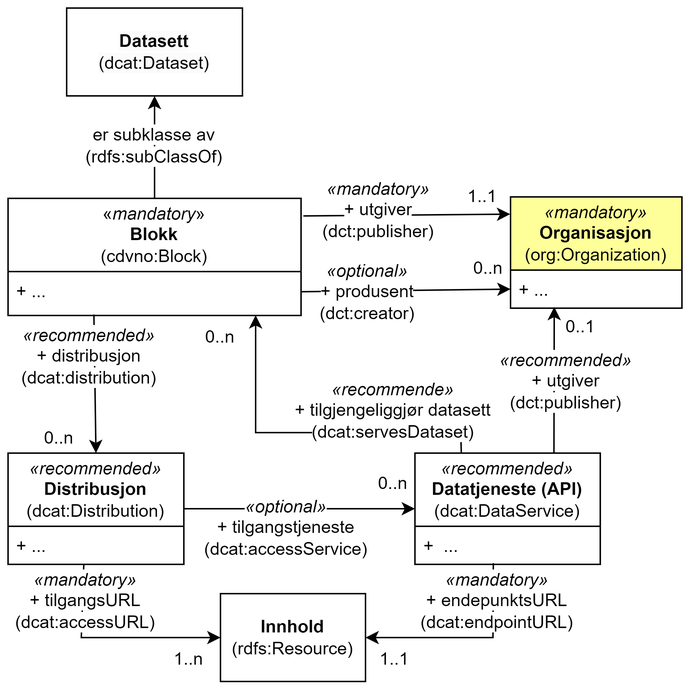
This is cdvno/images/cdvno-classes-only.png from jimjyang/playground, a draw.io export, as it was before one commit. Source tidied: cells renumbered, new cells last; positions are measured from the earlier drawing's top-left corner, leaving out a move shared by most shapes. Source of this version:
```xml
<mxGraphModel>
  <root>
    <mxCell id="0" />
    <mxCell id="1" parent="0" />
    <mxCell id="2" value="&lt;i&gt;«mandatory»&lt;/i&gt;&lt;br&gt;&lt;b&gt;Organisasjon&lt;br&gt;&lt;/b&gt;(org:Organization)" style="swimlane;fontStyle=0;horizontal=1;startSize=50;fillColor=#FFFF99;whiteSpace=wrap;html=1;" parent="1" vertex="1">
      <mxGeometry x="343" y="129" width="117" height="76" as="geometry" />
    </mxCell>
    <mxCell id="3" value="+ ..." style="text;strokeColor=none;fillColor=none;align=left;verticalAlign=top;spacingLeft=4;spacingRight=4;overflow=hidden;points=[[0,0.5],[1,0.5]];portConstraint=eastwest;whiteSpace=wrap;html=1;" parent="2" vertex="1">
      <mxGeometry y="50" width="117" height="26" as="geometry" />
    </mxCell>
    <mxCell id="4" style="endArrow=classic;html=1;rounded=0;entryX=-0.002;entryY=0.155;entryDx=0;entryDy=0;entryPerimeter=0;exitX=1.008;exitY=0.15;exitDx=0;exitDy=0;exitPerimeter=0;" parent="1" edge="1" source="31" target="2">
      <mxGeometry relative="1" as="geometry" />
    </mxCell>
    <mxCell id="5" value="1..1" style="text;html=1;strokeColor=none;fillColor=none;align=center;verticalAlign=middle;whiteSpace=wrap;rounded=0;" parent="1" vertex="1">
      <mxGeometry x="309" y="114" width="30" height="30" as="geometry" />
    </mxCell>
    <mxCell id="6" value="&lt;span style=&quot;background-color: rgb(255, 255, 255);&quot;&gt;&lt;i style=&quot;&quot;&gt;&lt;span style=&quot;color: rgb(0, 0, 0); font-family: Helvetica; font-size: 12px; font-variant-ligatures: normal; font-variant-caps: normal; font-weight: 400; letter-spacing: normal; orphans: 2; text-align: left; text-indent: 0px; text-transform: none; widows: 2; word-spacing: 0px; -webkit-text-stroke-width: 0px; text-decoration-thickness: initial; text-decoration-style: initial; text-decoration-color: initial; float: none; display: inline !important;&quot;&gt;«mandatory»&lt;/span&gt;&lt;br&gt;&lt;/i&gt;+ utgiver&lt;br&gt;(dct:publisher)&lt;/span&gt;" style="text;html=1;strokeColor=none;fillColor=none;align=center;verticalAlign=middle;whiteSpace=wrap;rounded=0;" parent="1" vertex="1">
      <mxGeometry x="200" y="113" width="106" height="50" as="geometry" />
    </mxCell>
    <mxCell id="7" style="endArrow=classic;html=1;rounded=0;entryX=0;entryY=0.5;entryDx=0;entryDy=0;" parent="1" edge="1" source="32" target="3">
      <mxGeometry relative="1" as="geometry" />
    </mxCell>
    <mxCell id="8" value="&lt;span style=&quot;background-color: rgb(255, 255, 255);&quot;&gt;&lt;span style=&quot;color: rgb(0, 0, 0); font-family: Helvetica; font-size: 12px; font-variant-ligatures: normal; font-variant-caps: normal; font-weight: 400; letter-spacing: normal; orphans: 2; text-align: left; text-indent: 0px; text-transform: none; widows: 2; word-spacing: 0px; -webkit-text-stroke-width: 0px; text-decoration-thickness: initial; text-decoration-style: initial; text-decoration-color: initial; float: none; display: inline !important;&quot;&gt;&lt;i&gt;«optional»&lt;/i&gt;&lt;/span&gt;&lt;br&gt;+ produsent&lt;br&gt;(dct:creator)&lt;/span&gt;" style="text;html=1;strokeColor=none;fillColor=none;align=center;verticalAlign=middle;whiteSpace=wrap;rounded=0;" parent="1" vertex="1">
      <mxGeometry x="205" y="169" width="81" height="50" as="geometry" />
    </mxCell>
    <mxCell id="9" value="0..n" style="text;html=1;strokeColor=none;fillColor=none;align=center;verticalAlign=middle;whiteSpace=wrap;rounded=0;" parent="1" vertex="1">
      <mxGeometry x="313" y="163" width="30" height="30" as="geometry" />
    </mxCell>
    <mxCell id="10" style="endArrow=classic;html=1;rounded=0;entryX=0.5;entryY=0;entryDx=0;entryDy=0;exitX=0.293;exitY=0.979;exitDx=0;exitDy=0;exitPerimeter=0;" parent="1" edge="1" source="32" target="11">
      <mxGeometry relative="1" as="geometry" />
    </mxCell>
    <mxCell id="11" value="&lt;i style=&quot;border-color: var(--border-color);&quot;&gt;«recommended»&lt;/i&gt;&lt;br style=&quot;border-color: var(--border-color);&quot;&gt;&lt;b style=&quot;border-color: var(--border-color);&quot;&gt;Distribusjon&lt;br style=&quot;border-color: var(--border-color);&quot;&gt;&lt;/b&gt;(dcat:Distribution)" style="swimlane;fontStyle=0;horizontal=1;startSize=50;fillColor=none;whiteSpace=wrap;html=1;" parent="1" vertex="1">
      <mxGeometry y="304" width="120" height="76" as="geometry" />
    </mxCell>
    <mxCell id="12" value="+ ..." style="text;strokeColor=none;fillColor=none;align=left;verticalAlign=top;spacingLeft=4;spacingRight=4;overflow=hidden;points=[[0,0.5],[1,0.5]];portConstraint=eastwest;whiteSpace=wrap;html=1;" parent="11" vertex="1">
      <mxGeometry y="50" width="120" height="26" as="geometry" />
    </mxCell>
    <mxCell id="13" value="&lt;i style=&quot;border-color: var(--border-color);&quot;&gt;«recommended»&lt;/i&gt;&lt;br style=&quot;border-color: var(--border-color);&quot;&gt;&lt;b style=&quot;border-color: var(--border-color);&quot;&gt;Datatjeneste (API)&lt;br style=&quot;border-color: var(--border-color);&quot;&gt;&lt;/b&gt;(dcat:DataService)" style="swimlane;fontStyle=0;horizontal=1;startSize=50;fillColor=none;whiteSpace=wrap;html=1;" parent="1" vertex="1">
      <mxGeometry x="277.8" y="304" width="126.5" height="76" as="geometry" />
    </mxCell>
    <mxCell id="14" value="+&amp;nbsp; ..." style="text;strokeColor=none;fillColor=none;align=left;verticalAlign=top;spacingLeft=4;spacingRight=4;overflow=hidden;points=[[0,0.5],[1,0.5]];portConstraint=eastwest;whiteSpace=wrap;html=1;" parent="13" vertex="1">
      <mxGeometry y="50" width="126.5" height="26" as="geometry" />
    </mxCell>
    <mxCell id="15" value="&lt;span style=&quot;background-color: rgb(255, 255, 255);&quot;&gt;&lt;i style=&quot;border-color: var(--border-color);&quot;&gt;«recommended»&lt;br&gt;&lt;/i&gt;+ distribusjon&lt;br&gt;(dcat:distribution)&lt;/span&gt;" style="text;html=1;strokeColor=none;fillColor=none;align=center;verticalAlign=middle;whiteSpace=wrap;rounded=0;" parent="1" vertex="1">
      <mxGeometry x="18" y="223" width="75" height="30" as="geometry" />
    </mxCell>
    <mxCell id="16" value="0..n" style="text;html=1;strokeColor=none;fillColor=none;align=center;verticalAlign=middle;whiteSpace=wrap;rounded=0;" parent="1" vertex="1">
      <mxGeometry x="130" y="210" width="30" height="30" as="geometry" />
    </mxCell>
    <mxCell id="17" style="endArrow=classic;html=1;rounded=0;" parent="1" edge="1" source="31">
      <mxGeometry relative="1" as="geometry">
        <mxPoint x="100" y="60" as="targetPoint" />
      </mxGeometry>
    </mxCell>
    <mxCell id="18" value="&lt;div style=&quot;&quot;&gt;&lt;span style=&quot;background-color: rgb(255, 255, 255);&quot;&gt;er subklasse av&lt;/span&gt;&lt;/div&gt;&lt;span style=&quot;background-color: rgb(255, 255, 255);&quot;&gt;(rdfs:subClassOf)&lt;/span&gt;" style="text;html=1;strokeColor=none;fillColor=none;align=center;verticalAlign=middle;whiteSpace=wrap;rounded=0;" parent="1" vertex="1">
      <mxGeometry x="47" y="69" width="106" height="50" as="geometry" />
    </mxCell>
    <mxCell id="19" style="endArrow=classic;html=1;rounded=0;entryX=0;entryY=0.5;entryDx=0;entryDy=0;exitX=0.431;exitY=1;exitDx=0;exitDy=0;exitPerimeter=0;" parent="1" edge="1" source="12" target="37">
      <mxGeometry relative="1" as="geometry">
        <Array as="points">
          <mxPoint x="50" y="430" />
        </Array>
      </mxGeometry>
    </mxCell>
    <mxCell id="20" value="1..1" style="text;html=1;strokeColor=none;fillColor=none;align=center;verticalAlign=middle;whiteSpace=wrap;rounded=0;" parent="1" vertex="1">
      <mxGeometry x="233.8" y="430" width="60" height="30" as="geometry" />
    </mxCell>
    <mxCell id="21" value="&lt;span style=&quot;background-color: rgb(255, 255, 255);&quot;&gt;&lt;i style=&quot;border-color: var(--border-color);&quot;&gt;«mandatory»&lt;br&gt;&lt;/i&gt;+ tilgangsURL&lt;br&gt;(dcat:accessURL)&lt;/span&gt;" style="text;html=1;strokeColor=none;fillColor=none;align=center;verticalAlign=middle;whiteSpace=wrap;rounded=0;" parent="1" vertex="1">
      <mxGeometry x="23" y="390" width="60" height="30" as="geometry" />
    </mxCell>
    <mxCell id="22" style="endArrow=classic;html=1;rounded=0;exitX=0.25;exitY=0;exitDx=0;exitDy=0;entryX=0.845;entryY=0.995;entryDx=0;entryDy=0;entryPerimeter=0;" parent="1" edge="1" source="13" target="32">
      <mxGeometry relative="1" as="geometry">
        <Array as="points">
          <mxPoint x="309" y="290" />
          <mxPoint x="169" y="290" />
        </Array>
      </mxGeometry>
    </mxCell>
    <mxCell id="23" value="&lt;span style=&quot;background-color: rgb(255, 255, 255);&quot;&gt;&lt;i style=&quot;border-color: var(--border-color);&quot;&gt;«recommende»&lt;br&gt;&lt;/i&gt;+ tilgjengeliggjør datasett&lt;br&gt;(dcat:servesDataset)&lt;/span&gt;" style="text;html=1;strokeColor=none;fillColor=none;align=center;verticalAlign=middle;whiteSpace=wrap;rounded=0;" parent="1" vertex="1">
      <mxGeometry x="191" y="260" width="143.5" height="30" as="geometry" />
    </mxCell>
    <mxCell id="24" value="0..n" style="text;html=1;strokeColor=none;fillColor=none;align=center;verticalAlign=middle;whiteSpace=wrap;rounded=0;" parent="1" vertex="1">
      <mxGeometry x="20" y="279" width="30" height="30" as="geometry" />
    </mxCell>
    <mxCell id="25" style="endArrow=classic;html=1;rounded=0;exitX=1;exitY=0.5;exitDx=0;exitDy=0;entryX=0;entryY=0.5;entryDx=0;entryDy=0;" parent="1" edge="1" source="11" target="13">
      <mxGeometry relative="1" as="geometry" />
    </mxCell>
    <mxCell id="26" value="&lt;span style=&quot;background-color: rgb(255, 255, 255);&quot;&gt;&lt;i style=&quot;border-color: var(--border-color);&quot;&gt;«optional»&lt;br&gt;&lt;/i&gt;+ tilgangstjeneste&lt;br&gt;(dcat:accessService)&lt;/span&gt;" style="text;html=1;strokeColor=none;fillColor=none;align=center;verticalAlign=middle;whiteSpace=wrap;rounded=0;" parent="1" vertex="1">
      <mxGeometry x="160" y="340" width="60" height="30" as="geometry" />
    </mxCell>
    <mxCell id="27" value="0..n" style="text;html=1;strokeColor=none;fillColor=none;align=center;verticalAlign=middle;whiteSpace=wrap;rounded=0;" parent="1" vertex="1">
      <mxGeometry x="247.8" y="310" width="30" height="30" as="geometry" />
    </mxCell>
    <mxCell id="28" style="endArrow=classic;html=1;rounded=0;exitX=0.423;exitY=0.97;exitDx=0;exitDy=0;exitPerimeter=0;entryX=1;entryY=0.5;entryDx=0;entryDy=0;" parent="1" edge="1" source="14" target="37">
      <mxGeometry relative="1" as="geometry">
        <Array as="points">
          <mxPoint x="331" y="430" />
        </Array>
      </mxGeometry>
    </mxCell>
    <mxCell id="29" value="&lt;span style=&quot;background-color: rgb(255, 255, 255);&quot;&gt;&lt;i style=&quot;border-color: var(--border-color);&quot;&gt;«mandatory»&lt;br&gt;&lt;/i&gt;+ endepunktsURL&lt;br&gt;(dcat:endpointURL)&lt;/span&gt;" style="text;html=1;strokeColor=none;fillColor=none;align=center;verticalAlign=middle;whiteSpace=wrap;rounded=0;" parent="1" vertex="1">
      <mxGeometry x="304" y="390" width="60" height="30" as="geometry" />
    </mxCell>
    <mxCell id="30" value="1..n" style="text;html=1;strokeColor=none;fillColor=none;align=center;verticalAlign=middle;whiteSpace=wrap;rounded=0;" parent="1" vertex="1">
      <mxGeometry x="106" y="430" width="35" height="30" as="geometry" />
    </mxCell>
    <mxCell id="31" value="«&lt;i&gt;mandatory&lt;/i&gt;»&lt;br&gt;&lt;b&gt;Blokk&lt;br&gt;&lt;/b&gt;(cdvno:Block)" style="swimlane;fontStyle=0;horizontal=1;startSize=50;fillColor=none;whiteSpace=wrap;html=1;" parent="1" vertex="1">
      <mxGeometry y="130" width="200" height="80" as="geometry" />
    </mxCell>
    <mxCell id="32" value="+ ..." style="text;strokeColor=none;fillColor=none;align=left;verticalAlign=top;spacingLeft=4;spacingRight=4;overflow=hidden;points=[[0,0.5],[1,0.5]];portConstraint=eastwest;whiteSpace=wrap;html=1;" parent="31" vertex="1">
      <mxGeometry y="50" width="200" height="30" as="geometry" />
    </mxCell>
    <mxCell id="33" style="endArrow=classic;html=1;rounded=0;entryX=0.255;entryY=0.967;entryDx=0;entryDy=0;entryPerimeter=0;exitX=0.75;exitY=0;exitDx=0;exitDy=0;" parent="1" edge="1" source="13" target="3">
      <mxGeometry relative="1" as="geometry" />
    </mxCell>
    <mxCell id="34" value="&lt;span style=&quot;background-color: rgb(255, 255, 255);&quot;&gt;&lt;i style=&quot;&quot;&gt;&lt;span style=&quot;color: rgb(0, 0, 0); font-family: Helvetica; font-size: 12px; font-variant-ligatures: normal; font-variant-caps: normal; font-weight: 400; letter-spacing: normal; orphans: 2; text-align: left; text-indent: 0px; text-transform: none; widows: 2; word-spacing: 0px; -webkit-text-stroke-width: 0px; text-decoration-thickness: initial; text-decoration-style: initial; text-decoration-color: initial; float: none; display: inline !important;&quot;&gt;«recommended»&lt;/span&gt;&lt;br&gt;&lt;/i&gt;+ utgiver&lt;br&gt;(dct:publisher)&lt;/span&gt;" style="text;html=1;strokeColor=none;fillColor=none;align=center;verticalAlign=middle;whiteSpace=wrap;rounded=0;" parent="1" vertex="1">
      <mxGeometry x="328.2" y="230" width="106" height="50" as="geometry" />
    </mxCell>
    <mxCell id="35" value="0..1" style="text;html=1;strokeColor=none;fillColor=none;align=center;verticalAlign=middle;whiteSpace=wrap;rounded=0;" parent="1" vertex="1">
      <mxGeometry x="376.2" y="203" width="30" height="30" as="geometry" />
    </mxCell>
    <mxCell id="36" value="&lt;b style=&quot;border-color: var(--border-color); color: rgb(0, 0, 0); font-family: Helvetica; font-size: 12px; font-style: normal; font-variant-ligatures: normal; font-variant-caps: normal; letter-spacing: normal; orphans: 2; text-align: center; text-indent: 0px; text-transform: none; widows: 2; word-spacing: 0px; -webkit-text-stroke-width: 0px; background-color: rgb(251, 251, 251); text-decoration-thickness: initial; text-decoration-style: initial; text-decoration-color: initial;&quot;&gt;Datasett&lt;br style=&quot;border-color: var(--border-color);&quot;&gt;&lt;/b&gt;&lt;span style=&quot;color: rgb(0, 0, 0); font-family: Helvetica; font-size: 12px; font-style: normal; font-variant-ligatures: normal; font-variant-caps: normal; font-weight: 400; letter-spacing: normal; orphans: 2; text-align: center; text-indent: 0px; text-transform: none; widows: 2; word-spacing: 0px; -webkit-text-stroke-width: 0px; background-color: rgb(251, 251, 251); text-decoration-thickness: initial; text-decoration-style: initial; text-decoration-color: initial; float: none; display: inline !important;&quot;&gt;(dcat:Dataset)&lt;/span&gt;" style="rounded=0;whiteSpace=wrap;html=1;" parent="1" vertex="1">
      <mxGeometry x="40" width="120" height="60" as="geometry" />
    </mxCell>
    <mxCell id="37" value="&lt;b style=&quot;border-color: var(--border-color);&quot;&gt;Innhold&lt;br style=&quot;border-color: var(--border-color);&quot;&gt;&lt;/b&gt;(rdfs:Resource)" style="rounded=0;whiteSpace=wrap;html=1;" parent="1" vertex="1">
      <mxGeometry x="145" y="400" width="99" height="60" as="geometry" />
    </mxCell>
  </root>
</mxGraphModel>
```
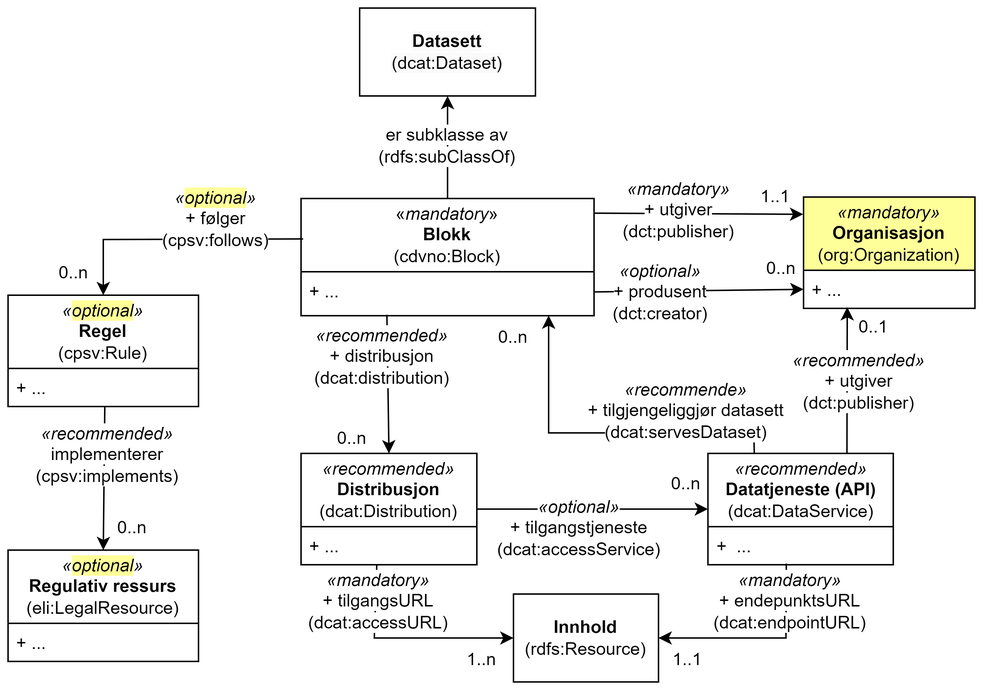
Later version of the same file.

The edit, as a diff of the source:
```diff
@@ -8,14 +8,14 @@
     <mxCell id="3" value="+ ..." style="text;strokeColor=none;fillColor=none;align=left;verticalAlign=top;spacingLeft=4;spacingRight=4;overflow=hidden;points=[[0,0.5],[1,0.5]];portConstraint=eastwest;whiteSpace=wrap;html=1;" parent="2" vertex="1">
       <mxGeometry y="50" width="117" height="26" as="geometry" />
     </mxCell>
-    <mxCell id="4" style="endArrow=classic;html=1;rounded=0;entryX=-0.002;entryY=0.155;entryDx=0;entryDy=0;entryPerimeter=0;exitX=1.008;exitY=0.15;exitDx=0;exitDy=0;exitPerimeter=0;" parent="1" edge="1" source="31" target="2">
+    <mxCell id="4" style="endArrow=classic;html=1;rounded=0;entryX=-0.002;entryY=0.155;entryDx=0;entryDy=0;entryPerimeter=0;exitX=1;exitY=0.125;exitDx=0;exitDy=0;exitPerimeter=0;" parent="1" edge="1" source="31" target="2">
       <mxGeometry relative="1" as="geometry" />
     </mxCell>
     <mxCell id="5" value="1..1" style="text;html=1;strokeColor=none;fillColor=none;align=center;verticalAlign=middle;whiteSpace=wrap;rounded=0;" parent="1" vertex="1">
       <mxGeometry x="309" y="114" width="30" height="30" as="geometry" />
     </mxCell>
     <mxCell id="6" value="&lt;span style=&quot;background-color: rgb(255, 255, 255);&quot;&gt;&lt;i style=&quot;&quot;&gt;&lt;span style=&quot;color: rgb(0, 0, 0); font-family: Helvetica; font-size: 12px; font-variant-ligatures: normal; font-variant-caps: normal; font-weight: 400; letter-spacing: normal; orphans: 2; text-align: left; text-indent: 0px; text-transform: none; widows: 2; word-spacing: 0px; -webkit-text-stroke-width: 0px; text-decoration-thickness: initial; text-decoration-style: initial; text-decoration-color: initial; float: none; display: inline !important;&quot;&gt;«mandatory»&lt;/span&gt;&lt;br&gt;&lt;/i&gt;+ utgiver&lt;br&gt;(dct:publisher)&lt;/span&gt;" style="text;html=1;strokeColor=none;fillColor=none;align=center;verticalAlign=middle;whiteSpace=wrap;rounded=0;" parent="1" vertex="1">
-      <mxGeometry x="200" y="113" width="106" height="50" as="geometry" />
+      <mxGeometry x="220" y="113" width="76" height="50" as="geometry" />
     </mxCell>
     <mxCell id="7" style="endArrow=classic;html=1;rounded=0;entryX=0;entryY=0.5;entryDx=0;entryDy=0;" parent="1" edge="1" source="32" target="3">
       <mxGeometry relative="1" as="geometry" />
@@ -125,5 +125,39 @@
     <mxCell id="37" value="&lt;b style=&quot;border-color: var(--border-color);&quot;&gt;Innhold&lt;br style=&quot;border-color: var(--border-color);&quot;&gt;&lt;/b&gt;(rdfs:Resource)" style="rounded=0;whiteSpace=wrap;html=1;" parent="1" vertex="1">
       <mxGeometry x="145" y="400" width="99" height="60" as="geometry" />
     </mxCell>
+    <mxCell id="38" value="&lt;i style=&quot;border-color: var(--border-color);&quot;&gt;«&lt;span style=&quot;background-color: rgb(255, 255, 153);&quot;&gt;optional&lt;/span&gt;»&lt;/i&gt;&lt;br style=&quot;border-color: var(--border-color);&quot;&gt;&lt;b style=&quot;border-color: var(--border-color);&quot;&gt;Regel&lt;br style=&quot;border-color: var(--border-color);&quot;&gt;&lt;/b&gt;(cpsv:Rule)" style="swimlane;fontStyle=0;horizontal=1;startSize=50;fillColor=none;whiteSpace=wrap;html=1;" parent="1" vertex="1">
+      <mxGeometry x="-200" y="196" width="130" height="76" as="geometry" />
+    </mxCell>
+    <mxCell id="39" value="+ ..." style="text;strokeColor=none;fillColor=none;align=left;verticalAlign=top;spacingLeft=4;spacingRight=4;overflow=hidden;points=[[0,0.5],[1,0.5]];portConstraint=eastwest;whiteSpace=wrap;html=1;" parent="38" vertex="1">
+      <mxGeometry y="50" width="130" height="26" as="geometry" />
+    </mxCell>
+    <mxCell id="40" style="endArrow=classic;html=1;rounded=0;entryX=0.5;entryY=0;entryDx=0;entryDy=0;exitX=0.007;exitY=0.345;exitDx=0;exitDy=0;exitPerimeter=0;" parent="1" edge="1" source="31" target="38">
+      <mxGeometry relative="1" as="geometry">
+        <Array as="points">
+          <mxPoint x="-135" y="158" />
+        </Array>
+      </mxGeometry>
+    </mxCell>
+    <mxCell id="41" value="&lt;i style=&quot;border-color: var(--border-color);&quot;&gt;«&lt;span style=&quot;background-color: rgb(255, 255, 153);&quot;&gt;optional&lt;/span&gt;»&lt;br&gt;&lt;/i&gt;&lt;span style=&quot;background-color: rgb(255, 255, 255);&quot;&gt;+ følger&lt;br&gt;(cpsv:follows)&lt;/span&gt;" style="text;html=1;strokeColor=none;fillColor=none;align=center;verticalAlign=middle;whiteSpace=wrap;rounded=0;" parent="1" vertex="1">
+      <mxGeometry x="-90" y="129" width="64" height="30" as="geometry" />
+    </mxCell>
+    <mxCell id="42" value="0..n" style="text;html=1;strokeColor=none;fillColor=none;align=center;verticalAlign=middle;whiteSpace=wrap;rounded=0;" parent="1" vertex="1">
+      <mxGeometry x="-170" y="166" width="30" height="30" as="geometry" />
+    </mxCell>
+    <mxCell id="43" value="&lt;i style=&quot;border-color: var(--border-color);&quot;&gt;«&lt;span style=&quot;background-color: rgb(255, 255, 153);&quot;&gt;optional&lt;/span&gt;»&lt;/i&gt;&lt;br style=&quot;border-color: var(--border-color);&quot;&gt;&lt;b style=&quot;border-color: var(--border-color);&quot;&gt;Regulativ ressurs&lt;br style=&quot;border-color: var(--border-color);&quot;&gt;&lt;/b&gt;(eli:LegalResource)" style="swimlane;fontStyle=0;horizontal=1;startSize=50;fillColor=none;whiteSpace=wrap;html=1;" parent="1" vertex="1">
+      <mxGeometry x="-200" y="370" width="130" height="76" as="geometry" />
+    </mxCell>
+    <mxCell id="44" value="+ ..." style="text;strokeColor=none;fillColor=none;align=left;verticalAlign=top;spacingLeft=4;spacingRight=4;overflow=hidden;whiteSpace=wrap;html=1;" parent="43" vertex="1">
+      <mxGeometry y="50" width="130" height="26" as="geometry" />
+    </mxCell>
+    <mxCell id="45" style="endArrow=classic;html=1;rounded=0;exitX=0.508;exitY=1;exitDx=0;exitDy=0;exitPerimeter=0;entryX=0.5;entryY=0;entryDx=0;entryDy=0;" parent="1" edge="1" source="39" target="43">
+      <mxGeometry relative="1" as="geometry" />
+    </mxCell>
+    <mxCell id="46" value="&lt;span style=&quot;background-color: rgb(255, 255, 255);&quot;&gt;&lt;i style=&quot;border-color: var(--border-color);&quot;&gt;«recommended»&lt;br&gt;&lt;/i&gt;implementerer (cpsv:implements)&lt;/span&gt;" style="text;html=1;strokeColor=none;fillColor=none;align=center;verticalAlign=middle;whiteSpace=wrap;rounded=0;" parent="1" vertex="1">
+      <mxGeometry x="-164" y="290" width="64" height="30" as="geometry" />
+    </mxCell>
+    <mxCell id="47" value="0..n" style="text;html=1;strokeColor=none;fillColor=none;align=center;verticalAlign=middle;whiteSpace=wrap;rounded=0;" parent="1" vertex="1">
+      <mxGeometry x="-130" y="340" width="30" height="30" as="geometry" />
+    </mxCell>
   </root>
 </mxGraphModel>
```
